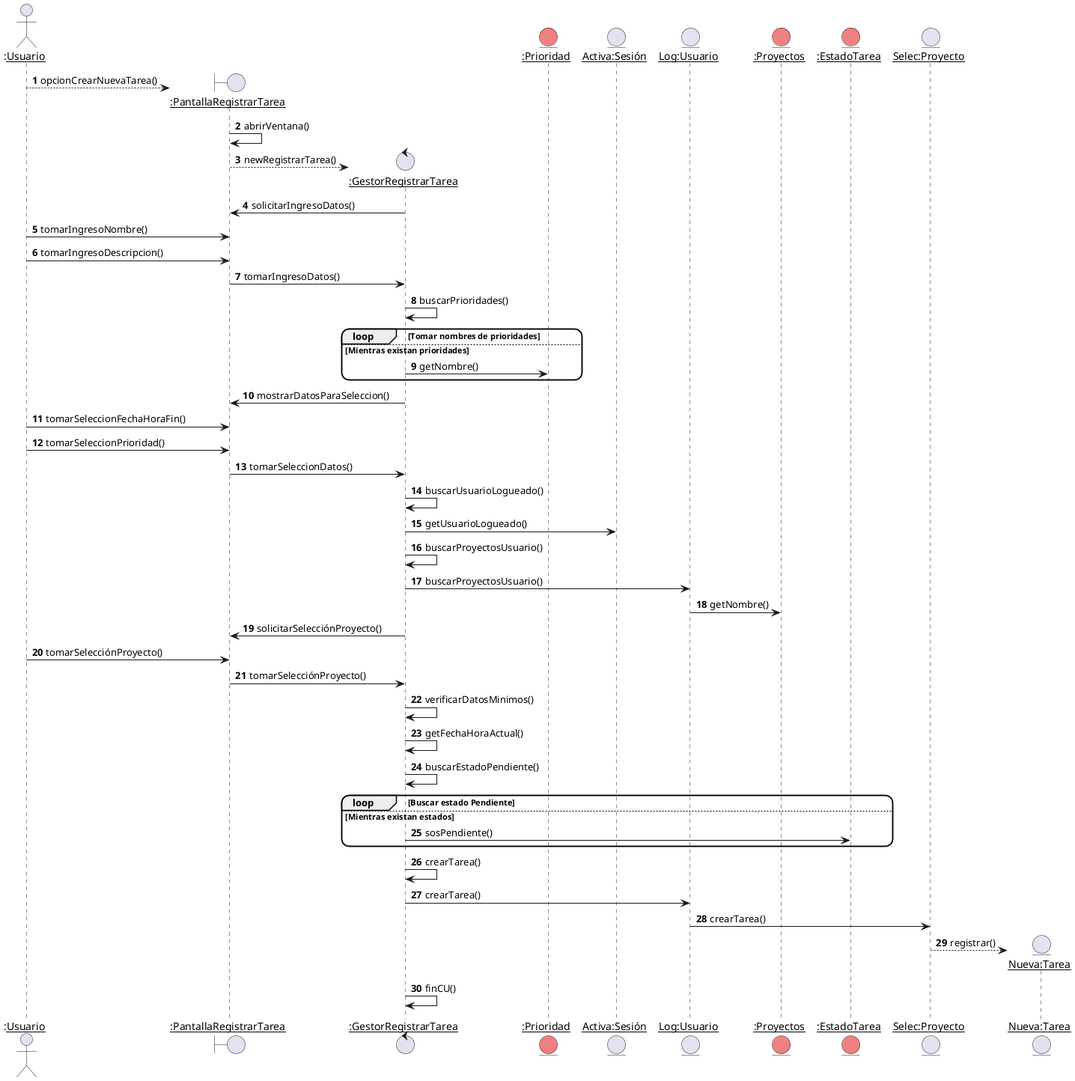
Before: Modelado/DiagramasCU01/RealizaciónCu1VistaDinámica.png, a diagram exported from PlantUML (ciggyx/Task_Flow). Source of this version:
```plantuml
@startuml RealizaciónCu1VistaDinámica
skinparam roundcorner 20
skinparam maxmessagesize 60
autonumber

Actor ":__Usuario__" as U
create boundary "__:PantallaRegistrarTarea__" as PRT
U --> PRT : opcionCrearNuevaTarea()
PRT -> PRT : abrirVentana()
create control "__:GestorRegistrarTarea__" as GRT
PRT --> GRT : newRegistrarTarea()
GRT -> PRT : solicitarIngresoDatos()
U -> PRT : tomarIngresoNombre()
U -> PRT : tomarIngresoDescripcion()
PRT  -> GRT : tomarIngresoDatos()
GRT -> GRT : buscarPrioridades()
entity "__:Prioridad__" as PR #LightCoral
loop Tomar nombres de prioridades
else Mientras existan prioridades
     GRT -> PR : getNombre()
end
GRT -> PRT : mostrarDatosParaSeleccion()
U -> PRT : tomarSeleccionFechaHoraFin()
U -> PRT : tomarSeleccionPrioridad()
PRT -> GRT : tomarSeleccionDatos()
GRT -> GRT : buscarUsuarioLogueado()
entity "__Activa:Sesión__" as ASS
GRT -> ASS : getUsuarioLogueado()
GRT -> GRT : buscarProyectosUsuario()
entity "__Log:Usuario__" as LU
GRT -> LU : buscarProyectosUsuario()
entity "__:Proyectos__" as P #LightCoral
LU -> P : getNombre()
GRT -> PRT : solicitarSelecciónProyecto()
U -> PRT : tomarSelecciónProyecto()
PRT -> GRT : tomarSelecciónProyecto()
GRT -> GRT : verificarDatosMinimos()
GRT -> GRT : getFechaHoraActual()
GRT -> GRT : buscarEstadoPendiente()
loop Buscar estado Pendiente
    entity "__:EstadoTarea__" as E #LightCoral
else Mientras existan estados
    GRT -> E : sosPendiente()
end

GRT -> GRT : crearTarea()
GRT -> LU: crearTarea()
entity "__Selec:Proyecto__" as SP
LU -> SP : crearTarea()
create entity "__Nueva:Tarea__" as T
SP --> T : registrar()
GRT -> GRT : finCU()

@enduml
```
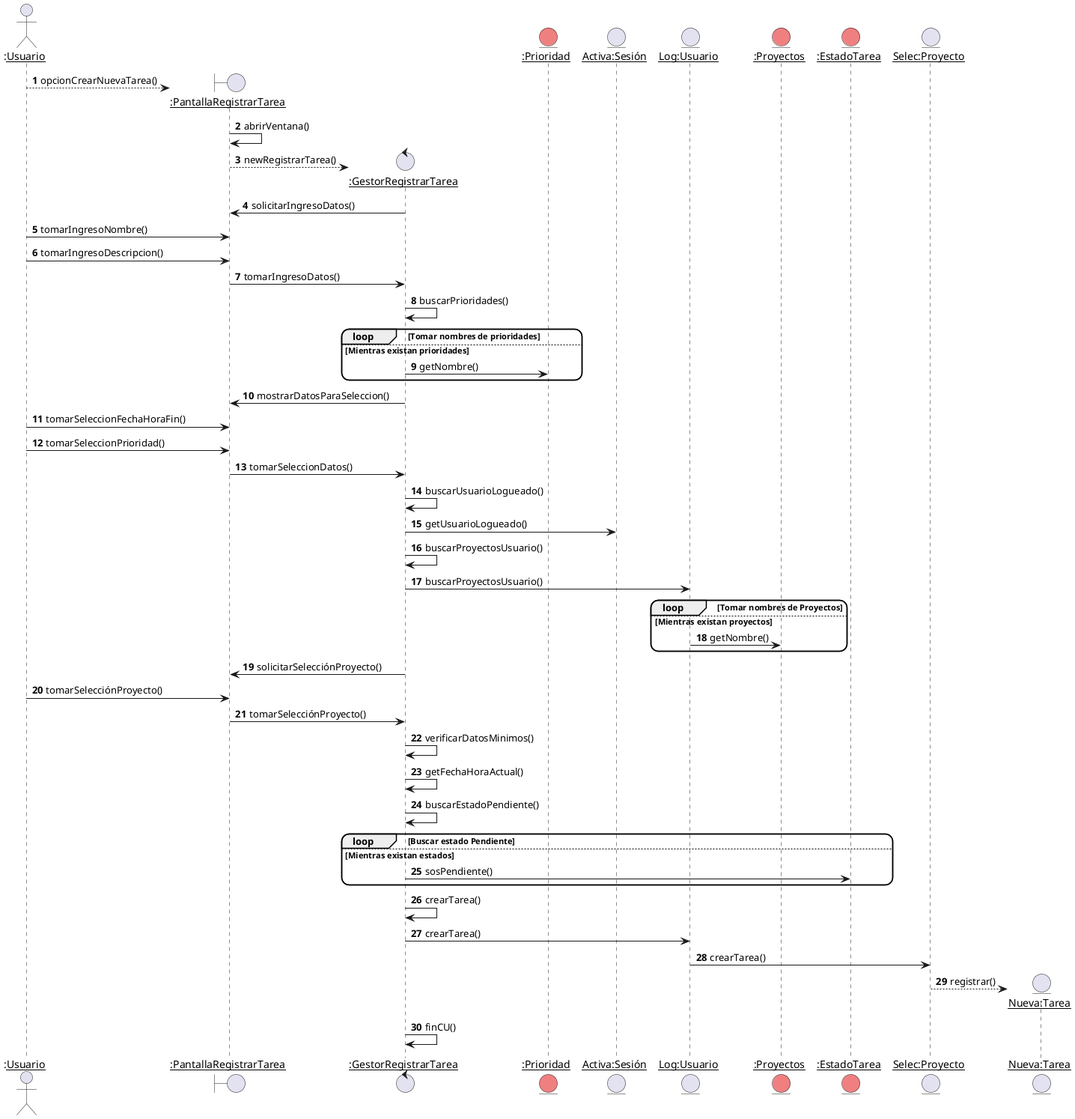
After the commit.

What changed in the source:
```diff
@@ -30,7 +30,10 @@
 entity "__Log:Usuario__" as LU
 GRT -> LU : buscarProyectosUsuario()
 entity "__:Proyectos__" as P #LightCoral
-LU -> P : getNombre()
+loop Tomar nombres de Proyectos
+else Mientras existan proyectos
+    LU -> P : getNombre()
+end
 GRT -> PRT : solicitarSelecciónProyecto()
 U -> PRT : tomarSelecciónProyecto()
 PRT -> GRT : tomarSelecciónProyecto()
```
